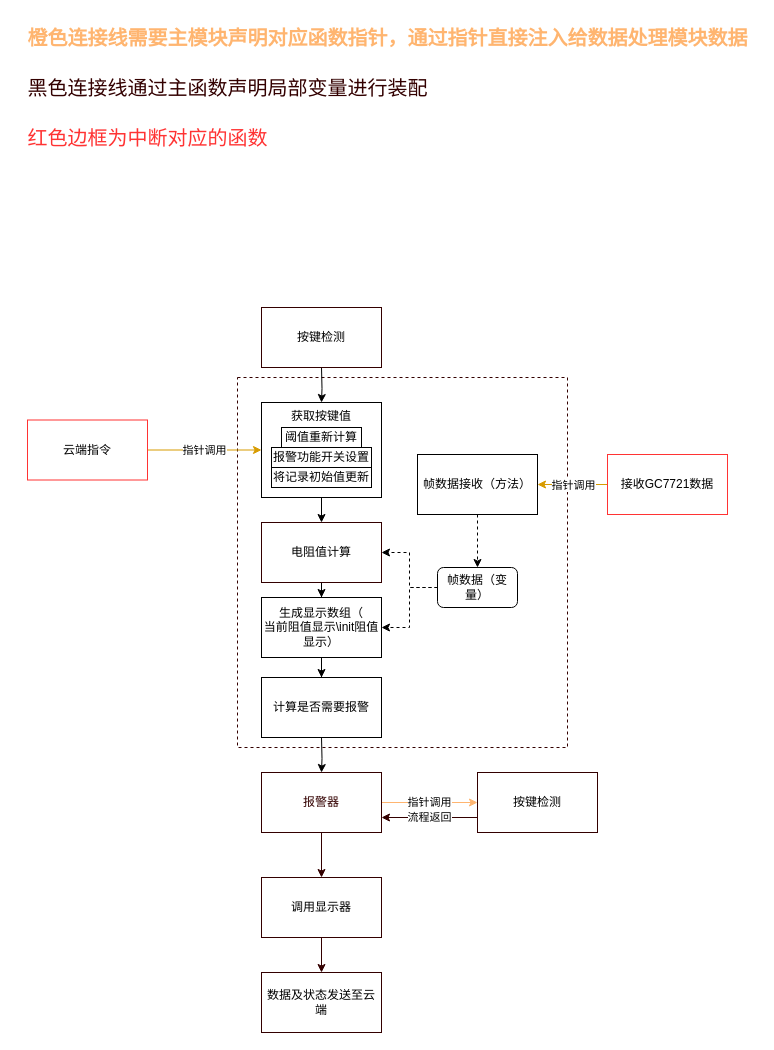
This is page "单线程处理流程" (2 of 2) of 各模块框图（c++）.drawio from gengyatong/-, a draw.io file, before an edit. Source tidied: cells renumbered, new cells numbered last; positions are measured from the earlier drawing's top-left corner, leaving out a move shared by most shapes. Both pictures are drawn from the tidied source at 100%, with x=0, y=0 at pixel (17, 17).
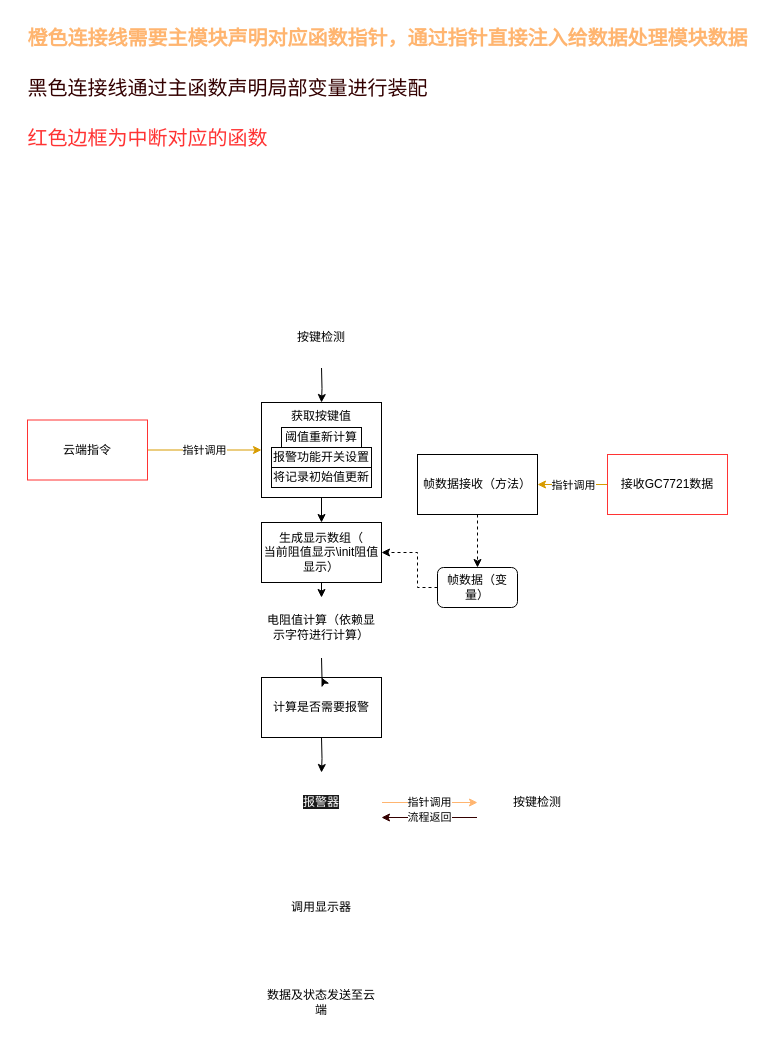
Above is the later version.

Unchanged cells that the change refers to:
```xml
<mxCell id="4" value="获取按键值" style="rounded=0;whiteSpace=wrap;html=1;verticalAlign=top;" parent="1" vertex="1">
  <mxGeometry x="244" y="385" width="120" height="95" as="geometry" />
</mxCell>
<mxCell id="8" value="计算是否需要报警" style="rounded=0;whiteSpace=wrap;html=1;" parent="1" vertex="1">
  <mxGeometry x="244" y="660" width="120" height="60" as="geometry" />
</mxCell>
<mxCell id="32" value="帧数据（变量）" style="rounded=1;whiteSpace=wrap;html=1;" parent="1" vertex="1">
  <mxGeometry x="420" y="550" width="80" height="40" as="geometry" />
</mxCell>
```

The edit, as a diff of the source:
```diff
@@
-    <mxCell id="2" style="rounded=0;whiteSpace=wrap;html=1;strokeColor=#330000;fontColor=#330000;fillColor=none;dashed=1;" parent="1" vertex="1">
+    <mxCell id="2" style="rounded=0;whiteSpace=wrap;html=1;strokeColor=#FFFFFF;fontColor=#330000;fillColor=none;dashed=1;" parent="1" vertex="1">
       <mxGeometry x="220" y="360" width="330" height="370" as="geometry" />
     </mxCell>
-    <mxCell id="3" style="edgeStyle=orthogonalEdgeStyle;rounded=0;jettySize=auto;html=1;entryX=0.5;entryY=0;entryDx=0;entryDy=0;" parent="1" edge="1" source="4" target="27">
-      <mxGeometry relative="1" as="geometry" />
+    <mxCell id="3" style="edgeStyle=orthogonalEdgeStyle;rounded=0;jettySize=auto;html=1;entryX=0.5;entryY=0;entryDx=0;entryDy=0;" parent="1" edge="1" source="4">
+      <mxGeometry relative="1" as="geometry">
+        <mxPoint x="304" y="505" as="targetPoint" />
+      </mxGeometry>
     </mxCell>
@@
-    <mxCell id="10" style="edgeStyle=orthogonalEdgeStyle;rounded=0;jettySize=auto;html=1;strokeColor=#330000;entryX=0.5;entryY=0;entryDx=0;entryDy=0;" parent="1" edge="1" source="11" target="12">
+    <mxCell id="10" style="edgeStyle=orthogonalEdgeStyle;rounded=0;jettySize=auto;html=1;strokeColor=#FFFFFF;entryX=0.5;entryY=0;entryDx=0;entryDy=0;" parent="1" edge="1" source="11" target="12">
       <mxGeometry relative="1" as="geometry" />
     </mxCell>
-    <mxCell id="11" value="调用显示器" style="rounded=0;whiteSpace=wrap;html=1;strokeColor=#330000;" parent="1" vertex="1">
+    <mxCell id="11" value="调用显示器" style="rounded=0;whiteSpace=wrap;html=1;strokeColor=#FFFFFF;" parent="1" vertex="1">
       <mxGeometry x="244" y="860" width="120" height="60" as="geometry" />
     </mxCell>
-    <mxCell id="12" value="数据及状态发送至云端" style="rounded=0;whiteSpace=wrap;html=1;strokeColor=#330000;" parent="1" vertex="1">
+    <mxCell id="12" value="数据及状态发送至云端" style="rounded=0;whiteSpace=wrap;html=1;strokeColor=#FFFFFF;" parent="1" vertex="1">
       <mxGeometry x="244" y="955" width="120" height="60" as="geometry" />
     </mxCell>
@@
-    <mxCell id="16" value="按键检测" style="rounded=0;whiteSpace=wrap;html=1;strokeColor=#330000;" parent="1" vertex="1">
+    <mxCell id="16" value="按键检测" style="rounded=0;whiteSpace=wrap;html=1;strokeColor=#FFFFFF;" parent="1" vertex="1">
       <mxGeometry x="460" y="755" width="120" height="60" as="geometry" />
     </mxCell>
@@
-    <mxCell id="19" style="edgeStyle=orthogonalEdgeStyle;rounded=0;jettySize=auto;html=1;entryX=0.5;entryY=0;entryDx=0;entryDy=0;strokeColor=#330000;fontColor=#330000;" parent="1" edge="1" source="20" target="11">
+    <mxCell id="19" style="edgeStyle=orthogonalEdgeStyle;rounded=0;jettySize=auto;html=1;entryX=0.5;entryY=0;entryDx=0;entryDy=0;strokeColor=#FFFFFF;fontColor=#330000;" parent="1" edge="1" source="20" target="11">
       <mxGeometry relative="1" as="geometry" />
     </mxCell>
-    <mxCell id="20" value="&lt;font color=&quot;#330000&quot;&gt;报警器&lt;/font&gt;" style="rounded=0;whiteSpace=wrap;html=1;strokeColor=#330000;fontColor=#FFB570;fillColor=none;" parent="1" vertex="1">
+    <mxCell id="20" value="&lt;font style=&quot;background-color: rgb(26 , 26 , 26)&quot; color=&quot;#ffffff&quot;&gt;报警器&lt;/font&gt;" style="rounded=0;whiteSpace=wrap;html=1;strokeColor=#FFFFFF;fontColor=default;fillColor=default;" parent="1" vertex="1">
       <mxGeometry x="244" y="755" width="120" height="60" as="geometry" />
     </mxCell>
@@
-    <mxCell id="23" value="按键检测" style="rounded=0;whiteSpace=wrap;html=1;strokeColor=#330000;" parent="1" vertex="1">
+    <mxCell id="23" value="按键检测" style="rounded=0;whiteSpace=wrap;html=1;strokeColor=#FFFFFF;" parent="1" vertex="1">
       <mxGeometry x="244" y="290" width="120" height="60" as="geometry" />
     </mxCell>
@@
-    <mxCell id="26" style="edgeStyle=orthogonalEdgeStyle;rounded=0;jettySize=auto;html=1;" parent="1" edge="1" source="27" target="29">
-      <mxGeometry relative="1" as="geometry" />
+    <mxCell id="26" style="edgeStyle=orthogonalEdgeStyle;rounded=0;orthogonalLoop=1;jettySize=auto;html=1;" parent="1" edge="1">
+      <mxGeometry relative="1" as="geometry">
+        <mxPoint x="304" y="565" as="sourcePoint" />
+        <mxPoint x="304" y="580" as="targetPoint" />
+      </mxGeometry>
     </mxCell>
-    <mxCell id="27" value="电阻值计算" style="rounded=0;whiteSpace=wrap;html=1;strokeColor=#330000;" parent="1" vertex="1">
-      <mxGeometry x="244" y="505" width="120" height="60" as="geometry" />
-    </mxCell>
-    <mxCell id="28" style="edgeStyle=orthogonalEdgeStyle;rounded=0;jettySize=auto;html=1;" parent="1" edge="1" source="29" target="8">
-      <mxGeometry relative="1" as="geometry" />
+    <mxCell id="28" style="edgeStyle=orthogonalEdgeStyle;rounded=0;jettySize=auto;html=1;" parent="1" edge="1" target="8">
+      <mxGeometry relative="1" as="geometry">
+        <mxPoint x="304" y="640" as="sourcePoint" />
+      </mxGeometry>
     </mxCell>
-    <mxCell id="29" value="生成显示数组（&lt;br&gt;当前阻值显示\init阻值显示）" style="rounded=0;whiteSpace=wrap;html=1;" parent="1" vertex="1">
-      <mxGeometry x="244" y="580" width="120" height="60" as="geometry" />
-    </mxCell>
-    <mxCell id="30" style="edgeStyle=orthogonalEdgeStyle;rounded=0;jettySize=auto;html=1;entryX=1;entryY=0.5;entryDx=0;entryDy=0;dashed=1;" parent="1" edge="1" source="32" target="27">
-      <mxGeometry relative="1" as="geometry" />
+    <mxCell id="30" style="edgeStyle=orthogonalEdgeStyle;rounded=0;jettySize=auto;html=1;entryX=1;entryY=0.5;entryDx=0;entryDy=0;dashed=1;" parent="1" edge="1" source="32">
+      <mxGeometry relative="1" as="geometry">
+        <mxPoint x="364" y="535" as="targetPoint" />
+        <Array as="points">
+          <mxPoint x="400" y="570" />
+          <mxPoint x="400" y="535" />
+        </Array>
+      </mxGeometry>
     </mxCell>
-    <mxCell id="31" style="edgeStyle=orthogonalEdgeStyle;rounded=0;jettySize=auto;html=1;entryX=1;entryY=0.5;entryDx=0;entryDy=0;dashed=1;" parent="1" edge="1" source="32" target="29">
-      <mxGeometry relative="1" as="geometry" />
-    </mxCell>
@@
+    <mxCell id="36" value="电阻值计算（依赖显示字符进行计算）" style="rounded=0;whiteSpace=wrap;html=1;strokeColor=#FFFFFF;" parent="1" vertex="1">
+      <mxGeometry x="244" y="580" width="120" height="60" as="geometry" />
+    </mxCell>
+    <mxCell id="29" value="生成显示数组（&lt;br&gt;当前阻值显示\init阻值显示）" style="rounded=0;whiteSpace=wrap;html=1;" parent="1" vertex="1">
+      <mxGeometry x="244" y="505" width="120" height="60" as="geometry" />
+    </mxCell>
```
